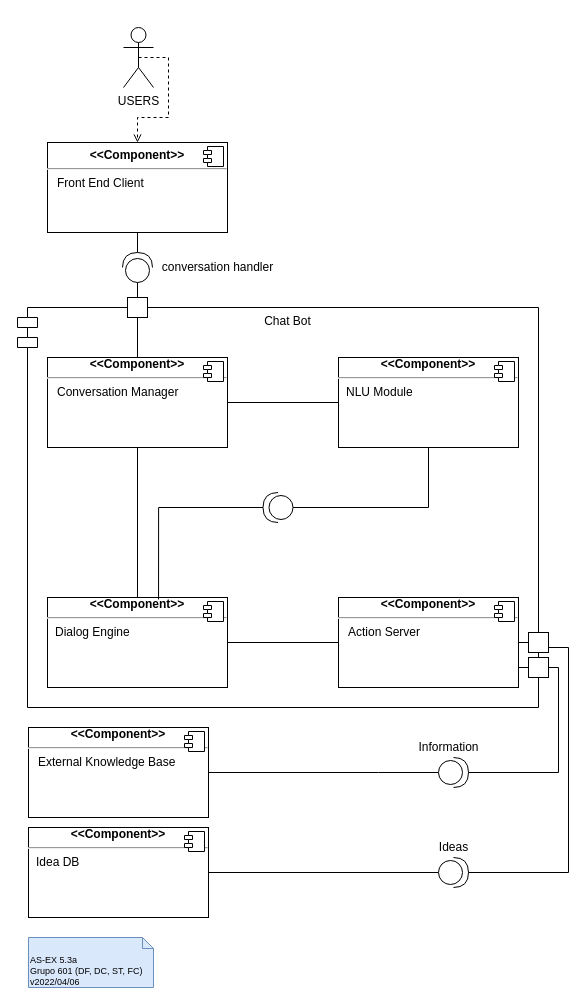
DavidAraujo98/AS keeps this draw.io diagram as page "5.3a" (2 of 3) of P/P05/P5.drawio. Above is the earlier version. Source tidied: cells renumbered, new cells numbered last; positions are measured from the earlier drawing's top-left corner, leaving out a move shared by most shapes. Both pictures are drawn from the tidied source at 100%, with x=0, y=0 at pixel (17, 27).
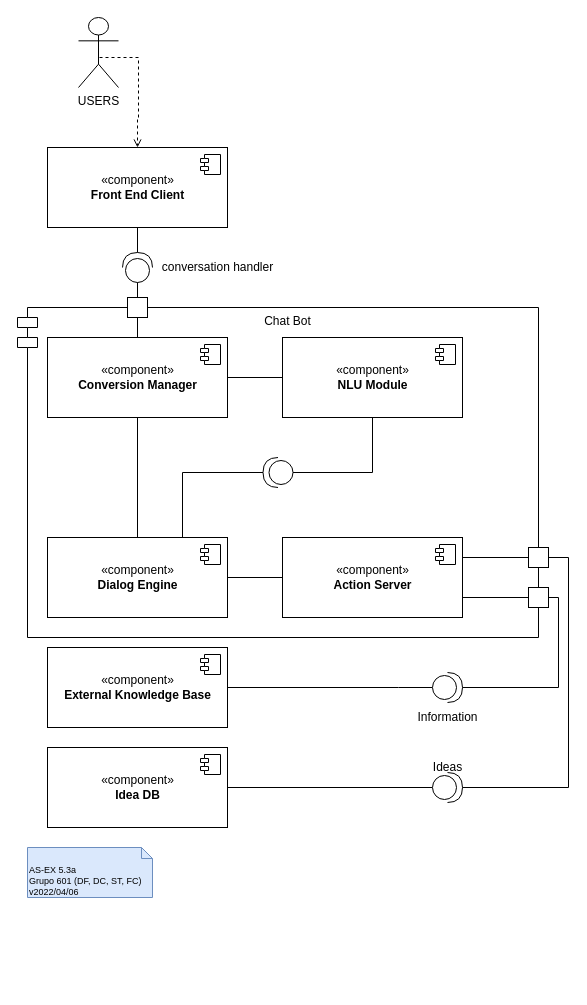
The same diagram, later.

The change refers to these unchanged cells:
```xml
<mxCell id="28" style="shape=providedRequiredInterface;html=1;verticalLabelPosition=bottom;sketch=0;rotation=-90;" parent="1" vertex="1">
  <mxGeometry x="105" y="225" width="30" height="30" as="geometry" />
</mxCell>
<mxCell id="30" style="rounded=0;whiteSpace=wrap;html=1;" parent="1" vertex="1">
  <mxGeometry x="110" y="270" width="20" height="20" as="geometry" />
</mxCell>
```

Diff of the diagram source:
```diff
@@
     <mxCell id="2" value="Chat Bot" style="shape=module;align=left;spacingLeft=20;align=center;verticalAlign=top;" parent="1" vertex="1">
-      <mxGeometry y="280" width="521" height="400" as="geometry" />
+      <mxGeometry y="280" width="521" height="330" as="geometry" />
     </mxCell>
     <mxCell id="3" value="AS-EX 5.3a&lt;br&gt;Grupo 601 (DF, DC, ST, FC)&lt;br&gt;v2022/04/06" style="shape=note2;boundedLbl=1;whiteSpace=wrap;html=1;size=11;verticalAlign=top;align=left;fontSize=9;fillColor=#dae8fc;strokeColor=#6c8ebf;" parent="1" vertex="1">
-      <mxGeometry x="11" y="910" width="125" height="50" as="geometry" />
+      <mxGeometry x="10" y="820" width="125" height="50" as="geometry" />
     </mxCell>
-    <mxCell id="4" value="&lt;p style=&quot;margin: 0px ; margin-top: 6px ; text-align: center&quot;&gt;&lt;b&gt;&amp;lt;&amp;lt;Component&amp;gt;&amp;gt;&lt;/b&gt;&lt;/p&gt;&lt;hr&gt;&lt;b style=&quot;text-align: center&quot;&gt;&amp;nbsp; &amp;nbsp;&lt;/b&gt;&lt;span&gt;Front End Client&lt;br&gt;&lt;/span&gt;" style="align=left;overflow=fill;html=1;" parent="1" vertex="1">
-      <mxGeometry x="30" y="115" width="180" height="90" as="geometry" />
-    </mxCell>
-    <mxCell id="5" style="shape=component;jettyWidth=8;jettyHeight=4;" parent="4" vertex="1">
-      <mxGeometry x="1" width="20" height="20" relative="1" as="geometry">
-        <mxPoint x="-24" y="4" as="offset" />
-      </mxGeometry>
-    </mxCell>
-    <mxCell id="6" style="edgeStyle=orthogonalEdgeStyle;rounded=0;jettySize=auto;html=1;exitX=1;exitY=0.5;exitDx=0;exitDy=0;entryX=0;entryY=0.5;entryDx=0;entryDy=0;endArrow=none;endFill=0;" parent="1" edge="1" source="9" target="12">
+    <mxCell id="6" style="edgeStyle=orthogonalEdgeStyle;rounded=0;jettySize=auto;html=1;exitX=1;exitY=0.5;exitDx=0;exitDy=0;entryX=0;entryY=0.5;entryDx=0;entryDy=0;endArrow=none;endFill=0;" parent="1" edge="1" source="46" target="48">
       <mxGeometry relative="1" as="geometry" />
     </mxCell>
-    <mxCell id="7" style="edgeStyle=orthogonalEdgeStyle;rounded=0;jettySize=auto;html=1;exitX=0.5;exitY=1;exitDx=0;exitDy=0;endArrow=none;endFill=0;" parent="1" edge="1" source="9" target="15">
+    <mxCell id="7" style="edgeStyle=orthogonalEdgeStyle;rounded=0;jettySize=auto;html=1;exitX=0.5;exitY=1;exitDx=0;exitDy=0;endArrow=none;endFill=0;entryX=0.5;entryY=0;entryDx=0;entryDy=0;" parent="1" edge="1" source="46" target="50">
       <mxGeometry relative="1" as="geometry" />
     </mxCell>
-    <mxCell id="8" style="edgeStyle=orthogonalEdgeStyle;rounded=0;jettySize=auto;html=1;exitX=0.5;exitY=0;exitDx=0;exitDy=0;endArrow=none;endFill=0;" parent="1" edge="1" source="9" target="30">
+    <mxCell id="8" style="edgeStyle=orthogonalEdgeStyle;rounded=0;jettySize=auto;html=1;exitX=0.5;exitY=0;exitDx=0;exitDy=0;endArrow=none;endFill=0;" parent="1" edge="1" source="46" target="30">
       <mxGeometry relative="1" as="geometry" />
     </mxCell>
-    <mxCell id="9" value="&lt;div style=&quot;text-align: center&quot;&gt;&lt;b&gt;&amp;lt;&amp;lt;Component&amp;gt;&amp;gt;&lt;/b&gt;&lt;br&gt;&lt;/div&gt;&lt;hr style=&quot;text-align: center&quot;&gt;&lt;span style=&quot;text-align: center&quot;&gt;&amp;nbsp; &amp;nbsp;Conversation Manager&lt;/span&gt;&lt;p style=&quot;margin: 0px ; margin-left: 8px&quot;&gt;&lt;br&gt;&lt;/p&gt;" style="align=left;overflow=fill;html=1;" parent="1" vertex="1">
-      <mxGeometry x="30" y="330" width="180" height="90" as="geometry" />
-    </mxCell>
-    <mxCell id="10" style="shape=component;jettyWidth=8;jettyHeight=4;" parent="9" vertex="1">
-      <mxGeometry x="1" width="20" height="20" relative="1" as="geometry">
-        <mxPoint x="-24" y="4" as="offset" />
-      </mxGeometry>
-    </mxCell>
-    <mxCell id="11" style="edgeStyle=orthogonalEdgeStyle;rounded=0;jettySize=auto;html=1;exitX=0.5;exitY=1;exitDx=0;exitDy=0;endArrow=none;endFill=0;entryX=0;entryY=0.5;entryDx=0;entryDy=0;entryPerimeter=0;" parent="1" edge="1" source="12" target="39">
+    <mxCell id="11" style="edgeStyle=orthogonalEdgeStyle;rounded=0;jettySize=auto;html=1;exitX=0.5;exitY=1;exitDx=0;exitDy=0;endArrow=none;endFill=0;entryX=0;entryY=0.5;entryDx=0;entryDy=0;entryPerimeter=0;" parent="1" edge="1" source="48" target="39">
       <mxGeometry relative="1" as="geometry" />
     </mxCell>
-    <mxCell id="12" value="&lt;div style=&quot;text-align: center&quot;&gt;&lt;b&gt;&amp;lt;&amp;lt;Component&amp;gt;&amp;gt;&lt;/b&gt;&lt;/div&gt;&lt;hr style=&quot;text-align: center&quot;&gt;&lt;p style=&quot;margin: 0px ; margin-left: 8px&quot;&gt;&lt;span style=&quot;text-align: center&quot;&gt;NLU Module&lt;/span&gt;&lt;br&gt;&lt;br&gt;&lt;/p&gt;" style="align=left;overflow=fill;html=1;" parent="1" vertex="1">
-      <mxGeometry x="321" y="330" width="180" height="90" as="geometry" />
-    </mxCell>
-    <mxCell id="13" style="shape=component;jettyWidth=8;jettyHeight=4;" parent="12" vertex="1">
-      <mxGeometry x="1" width="20" height="20" relative="1" as="geometry">
-        <mxPoint x="-24" y="4" as="offset" />
-      </mxGeometry>
-    </mxCell>
-    <mxCell id="14" style="edgeStyle=orthogonalEdgeStyle;rounded=0;jettySize=auto;html=1;exitX=1;exitY=0.5;exitDx=0;exitDy=0;entryX=0;entryY=0.5;entryDx=0;entryDy=0;endArrow=none;endFill=0;" parent="1" edge="1" source="15" target="19">
+    <mxCell id="14" style="edgeStyle=orthogonalEdgeStyle;rounded=0;jettySize=auto;html=1;exitX=1;exitY=0.5;exitDx=0;exitDy=0;entryX=0;entryY=0.5;entryDx=0;entryDy=0;endArrow=none;endFill=0;" parent="1" edge="1" source="50" target="53">
       <mxGeometry relative="1" as="geometry" />
     </mxCell>
-    <mxCell id="15" value="&lt;div style=&quot;text-align: center&quot;&gt;&lt;b&gt;&amp;lt;&amp;lt;Component&amp;gt;&amp;gt;&lt;/b&gt;&lt;/div&gt;&lt;hr style=&quot;text-align: center&quot;&gt;&lt;p style=&quot;margin: 0px ; margin-left: 8px&quot;&gt;&lt;span style=&quot;text-align: center&quot;&gt;Dialog Engine&lt;/span&gt;&lt;br&gt;&lt;br&gt;&lt;/p&gt;" style="align=left;overflow=fill;html=1;" parent="1" vertex="1">
-      <mxGeometry x="30" y="570" width="180" height="90" as="geometry" />
-    </mxCell>
-    <mxCell id="16" style="shape=component;jettyWidth=8;jettyHeight=4;" parent="15" vertex="1">
-      <mxGeometry x="1" width="20" height="20" relative="1" as="geometry">
-        <mxPoint x="-24" y="4" as="offset" />
-      </mxGeometry>
-    </mxCell>
-    <mxCell id="17" style="edgeStyle=orthogonalEdgeStyle;rounded=0;jettySize=auto;html=1;exitX=0;exitY=0.5;exitDx=0;exitDy=0;entryX=1;entryY=0.5;entryDx=0;entryDy=0;endArrow=none;endFill=0;startArrow=none;exitPerimeter=0;" parent="1" edge="1" source="35" target="21">
+    <mxCell id="17" style="edgeStyle=orthogonalEdgeStyle;rounded=0;jettySize=auto;html=1;exitX=0;exitY=0.5;exitDx=0;exitDy=0;entryX=1;entryY=0.5;entryDx=0;entryDy=0;endArrow=none;endFill=0;startArrow=none;exitPerimeter=0;" parent="1" edge="1" source="35" target="57">
       <mxGeometry relative="1" as="geometry" />
     </mxCell>
-    <mxCell id="18" style="edgeStyle=orthogonalEdgeStyle;rounded=0;jettySize=auto;html=1;exitX=1;exitY=0.75;exitDx=0;exitDy=0;endArrow=none;endFill=0;entryX=1;entryY=0.5;entryDx=0;entryDy=0;entryPerimeter=0;" parent="1" edge="1" source="19" target="37">
-      <mxGeometry relative="1" as="geometry">
-        <Array as="points">
-          <mxPoint x="501" y="640" />
-          <mxPoint x="541" y="640" />
-          <mxPoint x="541" y="745" />
-        </Array>
-      </mxGeometry>
-    </mxCell>
-    <mxCell id="19" value="&lt;div style=&quot;text-align: center&quot;&gt;&lt;b&gt;&amp;lt;&amp;lt;Component&amp;gt;&amp;gt;&lt;/b&gt;&lt;/div&gt;&lt;hr style=&quot;text-align: center&quot;&gt;&lt;span style=&quot;text-align: center&quot;&gt;&amp;nbsp; &amp;nbsp;Action Server&lt;/span&gt;&lt;p style=&quot;margin: 0px ; margin-left: 8px&quot;&gt;&lt;br&gt;&lt;/p&gt;" style="align=left;overflow=fill;html=1;" parent="1" vertex="1">
-      <mxGeometry x="321" y="570" width="180" height="90" as="geometry" />
-    </mxCell>
-    <mxCell id="20" style="shape=component;jettyWidth=8;jettyHeight=4;" parent="19" vertex="1">
-      <mxGeometry x="1" width="20" height="20" relative="1" as="geometry">
-        <mxPoint x="-24" y="4" as="offset" />
-      </mxGeometry>
-    </mxCell>
-    <mxCell id="21" value="&lt;div style=&quot;text-align: center&quot;&gt;&lt;b&gt;&amp;lt;&amp;lt;Component&amp;gt;&amp;gt;&lt;/b&gt;&lt;/div&gt;&lt;hr style=&quot;text-align: center&quot;&gt;&lt;p style=&quot;margin: 0px ; margin-left: 8px&quot;&gt;&lt;span style=&quot;text-align: center&quot;&gt;Idea DB&amp;nbsp;&lt;/span&gt;&lt;br&gt;&lt;br&gt;&lt;/p&gt;" style="align=left;overflow=fill;html=1;" parent="1" vertex="1">
-      <mxGeometry x="11" y="800" width="180" height="90" as="geometry" />
-    </mxCell>
-    <mxCell id="22" style="shape=component;jettyWidth=8;jettyHeight=4;" parent="21" vertex="1">
-      <mxGeometry x="1" width="20" height="20" relative="1" as="geometry">
-        <mxPoint x="-24" y="4" as="offset" />
-      </mxGeometry>
-    </mxCell>
-    <mxCell id="23" value="&lt;div style=&quot;text-align: center&quot;&gt;&lt;b&gt;&amp;lt;&amp;lt;Component&amp;gt;&amp;gt;&lt;/b&gt;&lt;/div&gt;&lt;hr style=&quot;text-align: center&quot;&gt;&lt;p style=&quot;margin: 6px 0px 0px&quot;&gt;&amp;nbsp; &amp;nbsp;External Knowledge&amp;nbsp;&lt;span&gt;Base&amp;nbsp;&lt;/span&gt;&lt;/p&gt;" style="align=left;overflow=fill;html=1;" parent="1" vertex="1">
-      <mxGeometry x="11" y="700" width="180" height="90" as="geometry" />
-    </mxCell>
-    <mxCell id="24" style="shape=component;jettyWidth=8;jettyHeight=4;" parent="23" vertex="1">
-      <mxGeometry x="1" width="20" height="20" relative="1" as="geometry">
-        <mxPoint x="-24" y="4" as="offset" />
-      </mxGeometry>
-    </mxCell>
-    <mxCell id="25" style="edgeStyle=orthogonalEdgeStyle;rounded=0;jettySize=auto;html=1;dashed=1;endArrow=open;endFill=0;exitX=0.5;exitY=0.5;exitDx=0;exitDy=0;exitPerimeter=0;" parent="1" edge="1" source="26" target="4">
+    <mxCell id="25" style="edgeStyle=orthogonalEdgeStyle;rounded=0;jettySize=auto;html=1;dashed=1;endArrow=open;endFill=0;exitX=0.5;exitY=0.5;exitDx=0;exitDy=0;exitPerimeter=0;entryX=0.5;entryY=0;entryDx=0;entryDy=0;" parent="1" edge="1" source="26" target="44">
       <mxGeometry relative="1" as="geometry">
         <Array as="points">
-          <mxPoint x="151" y="30" />
-          <mxPoint x="151" y="90" />
+          <mxPoint x="121" y="30" />
+          <mxPoint x="121" y="90" />
           <mxPoint x="120" y="90" />
         </Array>
       </mxGeometry>
     </mxCell>
     <mxCell id="26" value="USERS" style="shape=umlActor;verticalLabelPosition=bottom;verticalAlign=top;html=1;" parent="1" vertex="1">
-      <mxGeometry x="106" width="30" height="60" as="geometry" />
+      <mxGeometry x="61" y="-10" width="40" height="70" as="geometry" />
     </mxCell>
-    <mxCell id="27" style="edgeStyle=orthogonalEdgeStyle;rounded=0;jettySize=auto;html=1;exitX=1;exitY=0.5;exitDx=0;exitDy=0;exitPerimeter=0;entryX=0.5;entryY=1;entryDx=0;entryDy=0;endArrow=none;endFill=0;" parent="1" edge="1" source="28" target="4">
+    <mxCell id="27" style="edgeStyle=orthogonalEdgeStyle;rounded=0;jettySize=auto;html=1;exitX=1;exitY=0.5;exitDx=0;exitDy=0;exitPerimeter=0;entryX=0.5;entryY=1;entryDx=0;entryDy=0;endArrow=none;endFill=0;" parent="1" edge="1" source="28" target="44">
       <mxGeometry relative="1" as="geometry" />
     </mxCell>
@@
     <mxCell id="31" style="rounded=0;whiteSpace=wrap;html=1;" parent="1" vertex="1">
-      <mxGeometry x="511" y="605" width="20" height="20" as="geometry" />
+      <mxGeometry x="511" y="520" width="20" height="20" as="geometry" />
     </mxCell>
-    <mxCell id="32" style="edgeStyle=orthogonalEdgeStyle;rounded=0;jettySize=auto;html=1;exitX=1;exitY=0.5;exitDx=0;exitDy=0;entryX=0;entryY=0.5;entryDx=0;entryDy=0;endArrow=none;endFill=0;" parent="1" edge="1" source="19" target="31">
-      <mxGeometry relative="1" as="geometry" />
+    <mxCell id="32" style="edgeStyle=orthogonalEdgeStyle;rounded=0;jettySize=auto;html=1;exitX=1;exitY=0.25;exitDx=0;exitDy=0;entryX=0;entryY=0.5;entryDx=0;entryDy=0;endArrow=none;endFill=0;" parent="1" edge="1" source="53" target="31">
+      <mxGeometry relative="1" as="geometry">
+        <Array as="points">
+          <mxPoint x="441" y="530" />
+          <mxPoint x="441" y="530" />
+        </Array>
+      </mxGeometry>
     </mxCell>
+    <mxCell id="43" style="edgeStyle=orthogonalEdgeStyle;rounded=0;jettySize=auto;html=1;exitX=1;exitY=0.5;exitDx=0;exitDy=0;entryX=1;entryY=0.5;entryDx=0;entryDy=0;entryPerimeter=0;endArrow=none;endFill=0;" parent="1" edge="1" source="33" target="37">
+      <mxGeometry relative="1" as="geometry">
+        <Array as="points">
+          <mxPoint x="541" y="570" />
+          <mxPoint x="541" y="660" />
+        </Array>
+      </mxGeometry>
+    </mxCell>
     <mxCell id="33" style="rounded=0;whiteSpace=wrap;html=1;" parent="1" vertex="1">
-      <mxGeometry x="511" y="630" width="20" height="20" as="geometry" />
+      <mxGeometry x="511" y="560" width="20" height="20" as="geometry" />
     </mxCell>
-    <mxCell id="34" style="edgeStyle=orthogonalEdgeStyle;rounded=0;jettySize=auto;html=1;exitX=1;exitY=0.5;exitDx=0;exitDy=0;exitPerimeter=0;entryX=1;entryY=0.75;entryDx=0;entryDy=0;endArrow=none;endFill=0;" parent="1" edge="1" source="35" target="31">
+    <mxCell id="34" style="edgeStyle=orthogonalEdgeStyle;rounded=0;jettySize=auto;html=1;exitX=1;exitY=0.5;exitDx=0;exitDy=0;exitPerimeter=0;entryX=1;entryY=0.5;entryDx=0;entryDy=0;endArrow=none;endFill=0;" parent="1" edge="1" source="35" target="31">
       <mxGeometry relative="1" as="geometry" />
     </mxCell>
     <mxCell id="35" style="shape=providedRequiredInterface;html=1;verticalLabelPosition=bottom;sketch=0;rotation=-180;flipH=1;" parent="1" vertex="1">
-      <mxGeometry x="421" y="830" width="30" height="30" as="geometry" />
+      <mxGeometry x="415" y="745" width="30" height="30" as="geometry" />
     </mxCell>
-    <mxCell id="36" style="edgeStyle=orthogonalEdgeStyle;rounded=0;jettySize=auto;html=1;exitX=0;exitY=0.5;exitDx=0;exitDy=0;exitPerimeter=0;entryX=1;entryY=0.5;entryDx=0;entryDy=0;endArrow=none;endFill=0;" parent="1" edge="1" source="37" target="23">
+    <mxCell id="36" style="edgeStyle=orthogonalEdgeStyle;rounded=0;jettySize=auto;html=1;exitX=0;exitY=0.5;exitDx=0;exitDy=0;exitPerimeter=0;entryX=1;entryY=0.5;entryDx=0;entryDy=0;endArrow=none;endFill=0;" parent="1" edge="1" source="37" target="55">
       <mxGeometry relative="1" as="geometry">
         <Array as="points">
-          <mxPoint x="361" y="745" />
-          <mxPoint x="361" y="745" />
+          <mxPoint x="381" y="660" />
+          <mxPoint x="381" y="660" />
         </Array>
       </mxGeometry>
     </mxCell>
     <mxCell id="37" style="shape=providedRequiredInterface;html=1;verticalLabelPosition=bottom;sketch=0;rotation=-180;flipH=1;" parent="1" vertex="1">
-      <mxGeometry x="421" y="730" width="30" height="30" as="geometry" />
+      <mxGeometry x="415" y="645" width="30" height="30" as="geometry" />
     </mxCell>
-    <mxCell id="38" style="edgeStyle=orthogonalEdgeStyle;rounded=0;jettySize=auto;html=1;exitX=1;exitY=0.5;exitDx=0;exitDy=0;exitPerimeter=0;endArrow=none;endFill=0;entryX=0.617;entryY=0.022;entryDx=0;entryDy=0;entryPerimeter=0;" parent="1" edge="1" source="39" target="15">
+    <mxCell id="38" style="edgeStyle=orthogonalEdgeStyle;rounded=0;jettySize=auto;html=1;exitX=1;exitY=0.5;exitDx=0;exitDy=0;exitPerimeter=0;endArrow=none;endFill=0;entryX=0.75;entryY=0;entryDx=0;entryDy=0;" parent="1" edge="1" source="39" target="50">
       <mxGeometry relative="1" as="geometry" />
     </mxCell>
     <mxCell id="39" style="shape=providedRequiredInterface;html=1;verticalLabelPosition=bottom;sketch=0;rotation=-180;" parent="1" vertex="1">
-      <mxGeometry x="245.5" y="465" width="30" height="30" as="geometry" />
+      <mxGeometry x="245.5" y="430" width="30" height="30" as="geometry" />
     </mxCell>
@@
     <mxCell id="41" value="Ideas" style="text;html=1;align=center;verticalAlign=middle;fillColor=none;strokeColor=none;rounded=0;" parent="1" vertex="1">
-      <mxGeometry x="416" y="810" width="40" height="20" as="geometry" />
+      <mxGeometry x="410" y="730" width="40" height="20" as="geometry" />
     </mxCell>
     <mxCell id="42" value="Information" style="text;html=1;align=center;verticalAlign=middle;fillColor=none;strokeColor=none;rounded=0;" parent="1" vertex="1">
-      <mxGeometry x="391" y="710" width="80" height="20" as="geometry" />
+      <mxGeometry x="390" y="680" width="80" height="20" as="geometry" />
     </mxCell>
+    <mxCell id="44" value="«component»&lt;br&gt;&lt;b&gt;Front End Client&lt;/b&gt;" style="html=1;" parent="1" vertex="1">
+      <mxGeometry x="30" y="120" width="180" height="80" as="geometry" />
+    </mxCell>
+    <mxCell id="45" style="shape=module;jettyWidth=8;jettyHeight=4;" parent="44" vertex="1">
+      <mxGeometry x="1" width="20" height="20" relative="1" as="geometry">
+        <mxPoint x="-27" y="7" as="offset" />
+      </mxGeometry>
+    </mxCell>
+    <mxCell id="46" value="«component»&lt;br&gt;&lt;b&gt;Conversion Manager&lt;/b&gt;" style="html=1;" parent="1" vertex="1">
+      <mxGeometry x="30" y="310" width="180" height="80" as="geometry" />
+    </mxCell>
+    <mxCell id="47" style="shape=module;jettyWidth=8;jettyHeight=4;" parent="46" vertex="1">
+      <mxGeometry x="1" width="20" height="20" relative="1" as="geometry">
+        <mxPoint x="-27" y="7" as="offset" />
+      </mxGeometry>
+    </mxCell>
+    <mxCell id="48" value="«component»&lt;br&gt;&lt;b&gt;NLU Module&lt;/b&gt;" style="html=1;" parent="1" vertex="1">
+      <mxGeometry x="265" y="310" width="180" height="80" as="geometry" />
+    </mxCell>
+    <mxCell id="49" style="shape=module;jettyWidth=8;jettyHeight=4;" parent="48" vertex="1">
+      <mxGeometry x="1" width="20" height="20" relative="1" as="geometry">
+        <mxPoint x="-27" y="7" as="offset" />
+      </mxGeometry>
+    </mxCell>
+    <mxCell id="50" value="«component»&lt;br&gt;&lt;b&gt;Dialog Engine&lt;/b&gt;" style="html=1;" parent="1" vertex="1">
+      <mxGeometry x="30" y="510" width="180" height="80" as="geometry" />
+    </mxCell>
+    <mxCell id="51" style="shape=module;jettyWidth=8;jettyHeight=4;" parent="50" vertex="1">
+      <mxGeometry x="1" width="20" height="20" relative="1" as="geometry">
+        <mxPoint x="-27" y="7" as="offset" />
+      </mxGeometry>
+    </mxCell>
+    <mxCell id="52" style="edgeStyle=orthogonalEdgeStyle;rounded=0;jettySize=auto;html=1;exitX=1;exitY=0.75;exitDx=0;exitDy=0;entryX=0;entryY=0.5;entryDx=0;entryDy=0;endArrow=none;endFill=0;" parent="1" edge="1" source="53" target="33">
+      <mxGeometry relative="1" as="geometry" />
+    </mxCell>
+    <mxCell id="53" value="«component»&lt;br&gt;&lt;b&gt;Action Server&lt;/b&gt;" style="html=1;" parent="1" vertex="1">
+      <mxGeometry x="265" y="510" width="180" height="80" as="geometry" />
+    </mxCell>
+    <mxCell id="54" style="shape=module;jettyWidth=8;jettyHeight=4;" parent="53" vertex="1">
+      <mxGeometry x="1" width="20" height="20" relative="1" as="geometry">
+        <mxPoint x="-27" y="7" as="offset" />
+      </mxGeometry>
+    </mxCell>
+    <mxCell id="55" value="«component»&lt;br&gt;&lt;b&gt;External Knowledge Base&lt;/b&gt;" style="html=1;" parent="1" vertex="1">
+      <mxGeometry x="30" y="620" width="180" height="80" as="geometry" />
+    </mxCell>
+    <mxCell id="56" style="shape=module;jettyWidth=8;jettyHeight=4;" parent="55" vertex="1">
+      <mxGeometry x="1" width="20" height="20" relative="1" as="geometry">
+        <mxPoint x="-27" y="7" as="offset" />
+      </mxGeometry>
+    </mxCell>
+    <mxCell id="57" value="«component»&lt;br&gt;&lt;b&gt;Idea DB&lt;/b&gt;" style="html=1;" parent="1" vertex="1">
+      <mxGeometry x="30" y="720" width="180" height="80" as="geometry" />
+    </mxCell>
+    <mxCell id="58" style="shape=module;jettyWidth=8;jettyHeight=4;" parent="57" vertex="1">
+      <mxGeometry x="1" width="20" height="20" relative="1" as="geometry">
+        <mxPoint x="-27" y="7" as="offset" />
+      </mxGeometry>
+    </mxCell>
```
